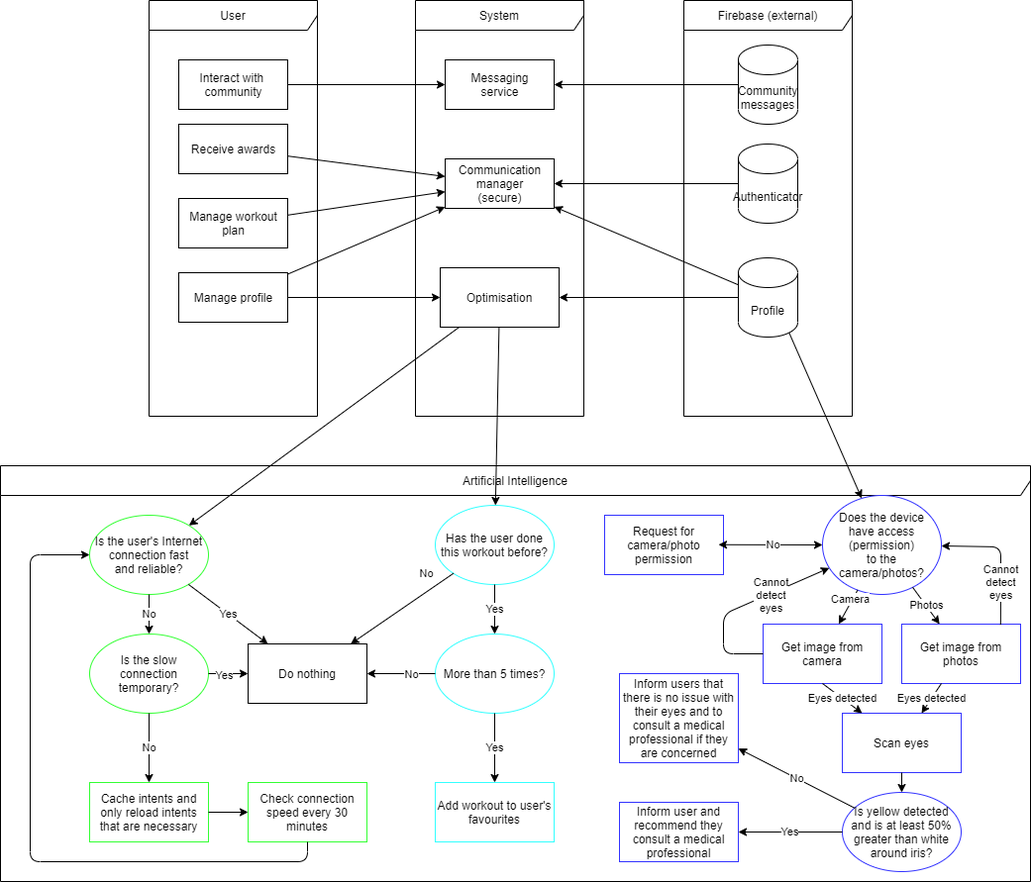
Before: Documents/TechnicalApproach.png, a diagram exported from draw.io (JoeyTatu/Software_Project_2020_21). Source tidied: cells renumbered, new cells last; positions are measured from the earlier drawing's top-left corner, leaving out a move shared by most shapes.
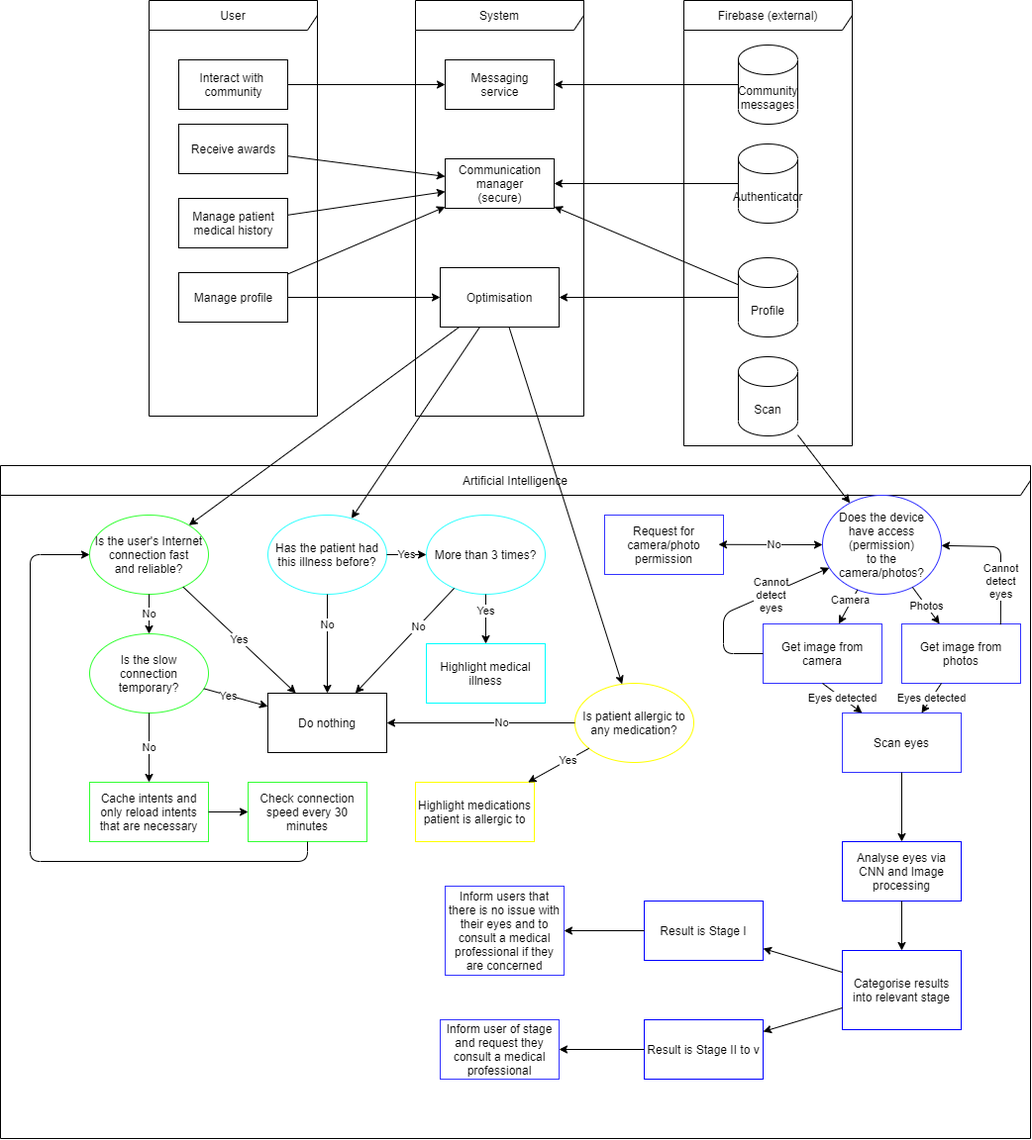
The same file after the commit.

Commit message:
Finalised Project Proposal and updated Tech Approach diagram

Diff of the diagram source:
```diff
@@ -9,12 +9,12 @@
       <mxGeometry x="419" width="170" height="420" as="geometry" />
     </mxCell>
     <mxCell id="4" value="Firebase (external)" style="shape=umlFrame;whiteSpace=wrap;html=1;width=170;height=30;" parent="1" vertex="1">
-      <mxGeometry x="690" width="170" height="420" as="geometry" />
+      <mxGeometry x="690" width="170" height="450" as="geometry" />
     </mxCell>
     <mxCell id="5" value="Manage profile" style="html=1;" parent="1" vertex="1">
       <mxGeometry x="180" y="275" width="110" height="50" as="geometry" />
     </mxCell>
-    <mxCell id="6" value="Manage workout&lt;br&gt;plan" style="html=1;" parent="1" vertex="1">
+    <mxCell id="6" value="Manage patient&lt;br&gt;medical history" style="html=1;" parent="1" vertex="1">
       <mxGeometry x="180" y="200" width="110" height="50" as="geometry" />
     </mxCell>
     <mxCell id="7" style="edgeStyle=orthogonalEdgeStyle;rounded=0;jettySize=auto;html=1;" parent="1" edge="1" source="8" target="10">
@@ -68,8 +68,8 @@
     <mxCell id="23" style="endArrow=classic;html=1;" parent="1" edge="1" source="12" target="15">
       <mxGeometry relative="1" as="geometry" />
     </mxCell>
-    <mxCell id="24" value="Artificial Intelligence" style="shape=umlFrame;whiteSpace=wrap;html=1;width=1040;height=30;" parent="1" vertex="1">
-      <mxGeometry y="470" width="1040" height="420" as="geometry" />
+    <mxCell id="24" value="Artificial Intelligence" style="shape=umlFrame;whiteSpace=wrap;html=1;width=1040;height=30;strokeColor=#000000;" parent="1" vertex="1">
+      <mxGeometry y="470" width="1040" height="680" as="geometry" />
     </mxCell>
     <mxCell id="25" value="Is the user's Internet&lt;br&gt;connection fast&lt;br&gt;and reliable?" style="ellipse;whiteSpace=wrap;html=1;strokeColor=#33FF33;" parent="1" vertex="1">
       <mxGeometry x="90" y="520" width="120" height="80" as="geometry" />
@@ -78,7 +78,7 @@
       <mxGeometry relative="1" as="geometry" />
     </mxCell>
     <mxCell id="27" value="Do nothing" style="rounded=0;whiteSpace=wrap;html=1;" parent="1" vertex="1">
-      <mxGeometry x="250" y="650" width="120" height="60" as="geometry" />
+      <mxGeometry x="270" y="700" width="120" height="60" as="geometry" />
     </mxCell>
     <mxCell id="28" value="Yes" style="endArrow=classic;html=1;" parent="1" edge="1" source="25" target="27">
       <mxGeometry relative="1" as="geometry" />
@@ -116,29 +116,23 @@
         </Array>
       </mxGeometry>
     </mxCell>
-    <mxCell id="38" value="Has the user done this workout before?" style="ellipse;whiteSpace=wrap;html=1;strokeColor=#33FFFF;" parent="1" vertex="1">
-      <mxGeometry x="439" y="510" width="120" height="80" as="geometry" />
+    <mxCell id="38" value="Has the patient had this illness before?" style="ellipse;whiteSpace=wrap;html=1;strokeColor=#33FFFF;" parent="1" vertex="1">
+      <mxGeometry x="270" y="520" width="120" height="80" as="geometry" />
     </mxCell>
-    <mxCell id="39" value="More than 5 times?" style="ellipse;whiteSpace=wrap;html=1;strokeColor=#33FFFF;" parent="1" vertex="1">
-      <mxGeometry x="439" y="640" width="120" height="80" as="geometry" />
+    <mxCell id="39" value="More than 3 times?" style="ellipse;whiteSpace=wrap;html=1;strokeColor=#33FFFF;" parent="1" vertex="1">
+      <mxGeometry x="430" y="520" width="120" height="80" as="geometry" />
     </mxCell>
-    <mxCell id="40" value="Add workout to user's favourites" style="rounded=0;whiteSpace=wrap;html=1;strokeColor=#33FFFF;" parent="1" vertex="1">
-      <mxGeometry x="439" y="790" width="120" height="60" as="geometry" />
-    </mxCell>
     <mxCell id="41" style="endArrow=classic;html=1;" parent="1" edge="1" source="38" target="27">
       <mxGeometry relative="1" as="geometry" />
     </mxCell>
-    <mxCell id="42" value="No" style="edgeLabel;html=1;align=center;verticalAlign=middle;" parent="41" vertex="1">
-      <mxGeometry x="-0.74" relative="1" as="geometry">
-        <mxPoint x="-13.3" y="-10.3" as="offset" />
-      </mxGeometry>
-    </mxCell>
+    <mxCell id="69" value="No" style="edgeLabel;html=1;align=center;verticalAlign=middle;" parent="41" vertex="1">
+      <mxGeometry x="0.31" y="1" relative="1" as="geometry">
+        <mxPoint x="-1" y="-35.5" as="offset" />
+      </mxGeometry>
+    </mxCell>
     <mxCell id="43" value="Yes" style="endArrow=classic;html=1;" parent="1" edge="1" source="38" target="39">
       <mxGeometry relative="1" as="geometry" />
     </mxCell>
-    <mxCell id="44" value="Yes" style="endArrow=classic;html=1;" parent="1" edge="1" source="39" target="40">
-      <mxGeometry relative="1" as="geometry" />
-    </mxCell>
     <mxCell id="45" style="endArrow=classic;html=1;" parent="1" edge="1" source="15" target="38">
       <mxGeometry relative="1" as="geometry" />
     </mxCell>
@@ -206,26 +200,79 @@
         </Array>
       </mxGeometry>
     </mxCell>
-    <mxCell id="62" value="Is yellow detected and is at least 50% greater than white around iris?" style="ellipse;whiteSpace=wrap;html=1;strokeColor=#3333FF;" parent="1" vertex="1">
-      <mxGeometry x="850" y="800" width="120" height="80" as="geometry" />
-    </mxCell>
-    <mxCell id="63" value="Inform user and recommend they consult a medical professional" style="rounded=0;whiteSpace=wrap;html=1;strokeColor=#3333FF;" parent="1" vertex="1">
-      <mxGeometry x="625" y="810" width="120" height="60" as="geometry" />
+    <mxCell id="63" value="Inform user of stage and request they consult a medical professional" style="rounded=0;whiteSpace=wrap;html=1;strokeColor=#3333FF;" parent="1" vertex="1">
+      <mxGeometry x="444" y="1030" width="120" height="60" as="geometry" />
     </mxCell>
     <mxCell id="64" value="Inform users that there is no issue with their eyes and to consult a medical professional if they are concerned" style="rounded=0;whiteSpace=wrap;html=1;strokeColor=#3333FF;" parent="1" vertex="1">
-      <mxGeometry x="625" y="680" width="120" height="90" as="geometry" />
+      <mxGeometry x="449" y="895" width="120" height="90" as="geometry" />
     </mxCell>
-    <mxCell id="65" value="No" style="endArrow=classic;html=1;" parent="1" edge="1" source="62" target="64">
-      <mxGeometry relative="1" as="geometry" />
-    </mxCell>
-    <mxCell id="66" value="Yes" style="endArrow=classic;html=1;" parent="1" edge="1" source="62" target="63">
-      <mxGeometry relative="1" as="geometry" />
-    </mxCell>
-    <mxCell id="67" style="endArrow=classic;html=1;" parent="1" edge="1" source="57" target="62">
-      <mxGeometry relative="1" as="geometry" />
+    <mxCell id="67" style="endArrow=classic;html=1;" parent="1" edge="1" source="57">
+      <mxGeometry relative="1" as="geometry">
+        <mxPoint x="910" y="850" as="targetPoint" />
+      </mxGeometry>
     </mxCell>
-    <mxCell id="68" style="endArrow=classic;html=1;exitX=0.855;exitY=1;exitDx=0;exitDy=-4.35;exitPerimeter=0;" parent="1" edge="1" source="12" target="46">
+    <mxCell id="68" style="endArrow=classic;html=1;" parent="1" edge="1" source="70" target="46">
       <mxGeometry relative="1" as="geometry" />
     </mxCell>
+    <mxCell id="70" value="Scan" style="shape=cylinder3;whiteSpace=wrap;html=1;boundedLbl=1;backgroundOutline=1;size=15;" parent="1" vertex="1">
+      <mxGeometry x="745" y="360" width="60" height="80" as="geometry" />
+    </mxCell>
+    <mxCell id="71" value="Categorise results into relevant stage" style="rounded=0;whiteSpace=wrap;html=1;strokeColor=#0000FF;" parent="1" vertex="1">
+      <mxGeometry x="850" y="960" width="120" height="80" as="geometry" />
+    </mxCell>
+    <mxCell id="72" style="endArrow=classic;html=1;" parent="1" edge="1" source="71" target="74">
+      <mxGeometry relative="1" as="geometry" />
+    </mxCell>
+    <mxCell id="73" value="&lt;span&gt;Analyse eyes via CNN and Image processing&lt;/span&gt;" style="rounded=0;whiteSpace=wrap;html=1;strokeColor=#0000FF;" parent="1" vertex="1">
+      <mxGeometry x="850" y="850" width="120" height="60" as="geometry" />
+    </mxCell>
+    <mxCell id="74" value="Result is Stage I" style="rounded=0;whiteSpace=wrap;html=1;strokeColor=#0000FF;" parent="1" vertex="1">
+      <mxGeometry x="650" y="910" width="120" height="60" as="geometry" />
+    </mxCell>
+    <mxCell id="75" value="Result is Stage II to v" style="rounded=0;whiteSpace=wrap;html=1;strokeColor=#0000FF;" parent="1" vertex="1">
+      <mxGeometry x="650" y="1030" width="120" height="60" as="geometry" />
+    </mxCell>
+    <mxCell id="76" style="endArrow=classic;html=1;" parent="1" edge="1" source="71" target="75">
+      <mxGeometry relative="1" as="geometry" />
+    </mxCell>
+    <mxCell id="77" style="endArrow=classic;html=1;" parent="1" edge="1" source="73" target="71">
+      <mxGeometry relative="1" as="geometry" />
+    </mxCell>
+    <mxCell id="78" style="endArrow=classic;html=1;" parent="1" edge="1" source="74" target="64">
+      <mxGeometry relative="1" as="geometry" />
+    </mxCell>
+    <mxCell id="79" style="endArrow=classic;html=1;" parent="1" edge="1" source="75" target="63">
+      <mxGeometry relative="1" as="geometry" />
+    </mxCell>
+    <mxCell id="80" value="Highlight medical illness" style="rounded=0;whiteSpace=wrap;html=1;strokeColor=#00FFFF;" parent="1" vertex="1">
+      <mxGeometry x="430" y="650" width="120" height="60" as="geometry" />
+    </mxCell>
+    <mxCell id="81" style="endArrow=classic;html=1;" parent="1" edge="1" source="39" target="80">
+      <mxGeometry relative="1" as="geometry" />
+    </mxCell>
+    <mxCell id="82" value="Yes" style="edgeLabel;html=1;align=center;verticalAlign=middle;" parent="81" vertex="1">
+      <mxGeometry x="-0.34" relative="1" as="geometry" />
+    </mxCell>
+    <mxCell id="83" value="Is patient allergic to any medication?" style="ellipse;whiteSpace=wrap;html=1;strokeColor=#FFFF00;" parent="1" vertex="1">
+      <mxGeometry x="580" y="690" width="120" height="80" as="geometry" />
+    </mxCell>
+    <mxCell id="84" style="endArrow=classic;html=1;" parent="1" edge="1" source="83" target="27">
+      <mxGeometry relative="1" as="geometry" />
+    </mxCell>
+    <mxCell id="85" value="No" style="edgeLabel;html=1;align=center;verticalAlign=middle;" parent="84" vertex="1">
+      <mxGeometry x="-0.22" relative="1" as="geometry" />
+    </mxCell>
+    <mxCell id="86" style="endArrow=classic;html=1;" parent="1" edge="1" source="15" target="83">
+      <mxGeometry relative="1" as="geometry" />
+    </mxCell>
+    <mxCell id="87" value="Highlight medications patient is allergic to" style="rounded=0;whiteSpace=wrap;html=1;strokeColor=#FFFF00;" parent="1" vertex="1">
+      <mxGeometry x="419" y="790" width="120" height="60" as="geometry" />
+    </mxCell>
+    <mxCell id="88" style="endArrow=classic;html=1;" parent="1" edge="1" source="83" target="87">
+      <mxGeometry relative="1" as="geometry" />
+    </mxCell>
+    <mxCell id="89" value="Yes" style="edgeLabel;html=1;align=center;verticalAlign=middle;" parent="88" vertex="1">
+      <mxGeometry x="-0.28" relative="1" as="geometry" />
+    </mxCell>
   </root>
 </mxGraphModel>
```
